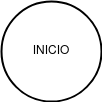
Earlier version of the draw.io export unidad-1/tareas/Tarea3/images/diagrama-tarea3.png (mackstm/programacion). Source tidied: cells renumbered, new cells last; positions are measured from the earlier drawing's top-left corner, leaving out a move shared by most shapes.
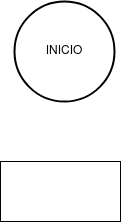
After the change.

Diff of the diagram source:
```diff
@@ -5,5 +5,8 @@
     <mxCell id="2" value="INICIO" style="strokeWidth=2;html=1;shape=mxgraph.flowchart.start_2;whiteSpace=wrap;" parent="1" vertex="1">
       <mxGeometry width="100" height="100" as="geometry" />
     </mxCell>
+    <mxCell id="3" style="rounded=0;whiteSpace=wrap;html=1;" parent="1" vertex="1">
+      <mxGeometry x="-14" y="160" width="120" height="60" as="geometry" />
+    </mxCell>
   </root>
 </mxGraphModel>
```
